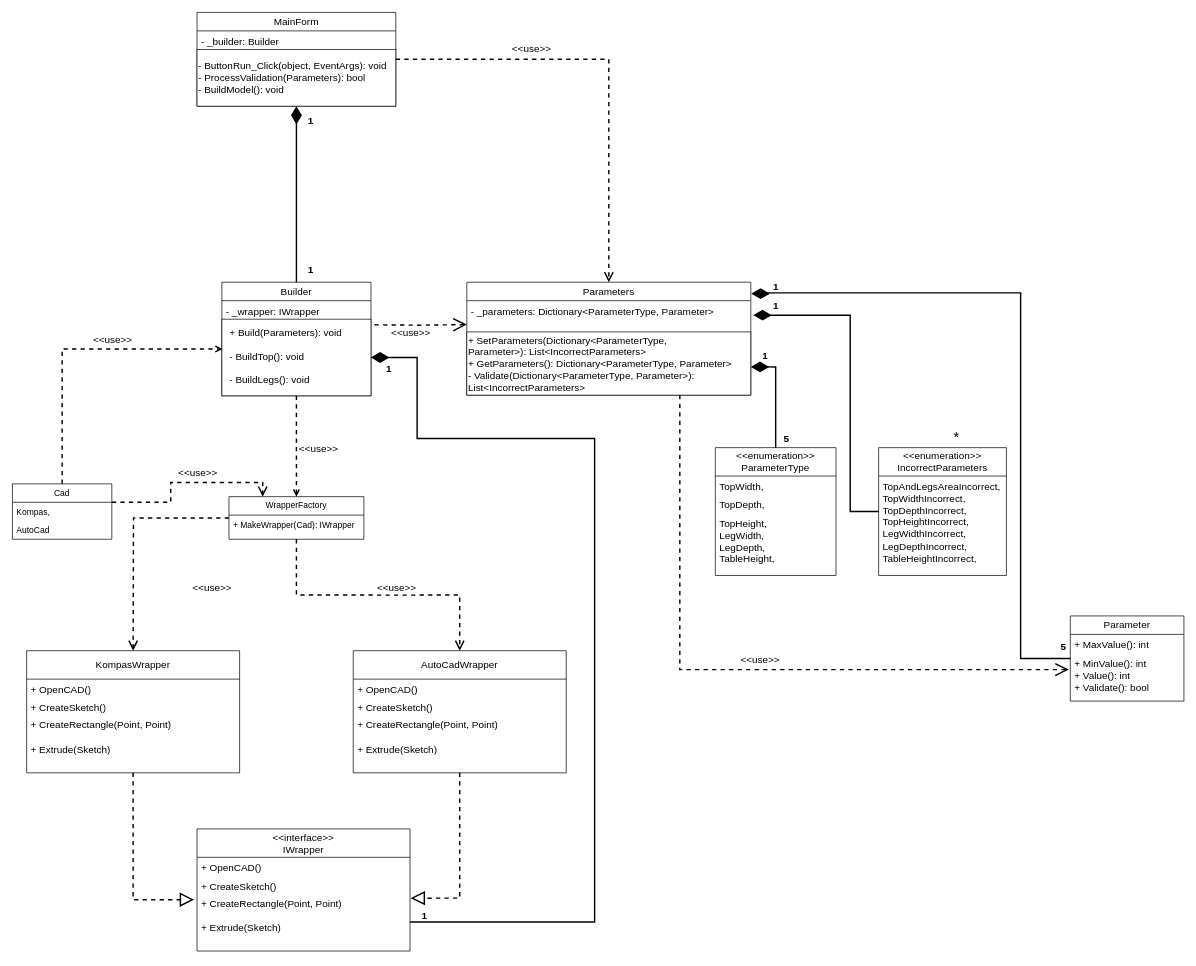
isaacparson/kompas_table_plugin keeps this draw.io diagram as docs/ПС_ДК.drawio. Above is the earlier version. Source tidied: cells renumbered, new cells numbered last; positions are measured from the earlier drawing's top-left corner, leaving out a move shared by most shapes. Both pictures are drawn from the tidied source at 71%, with x=0, y=0 at pixel (12, 12).
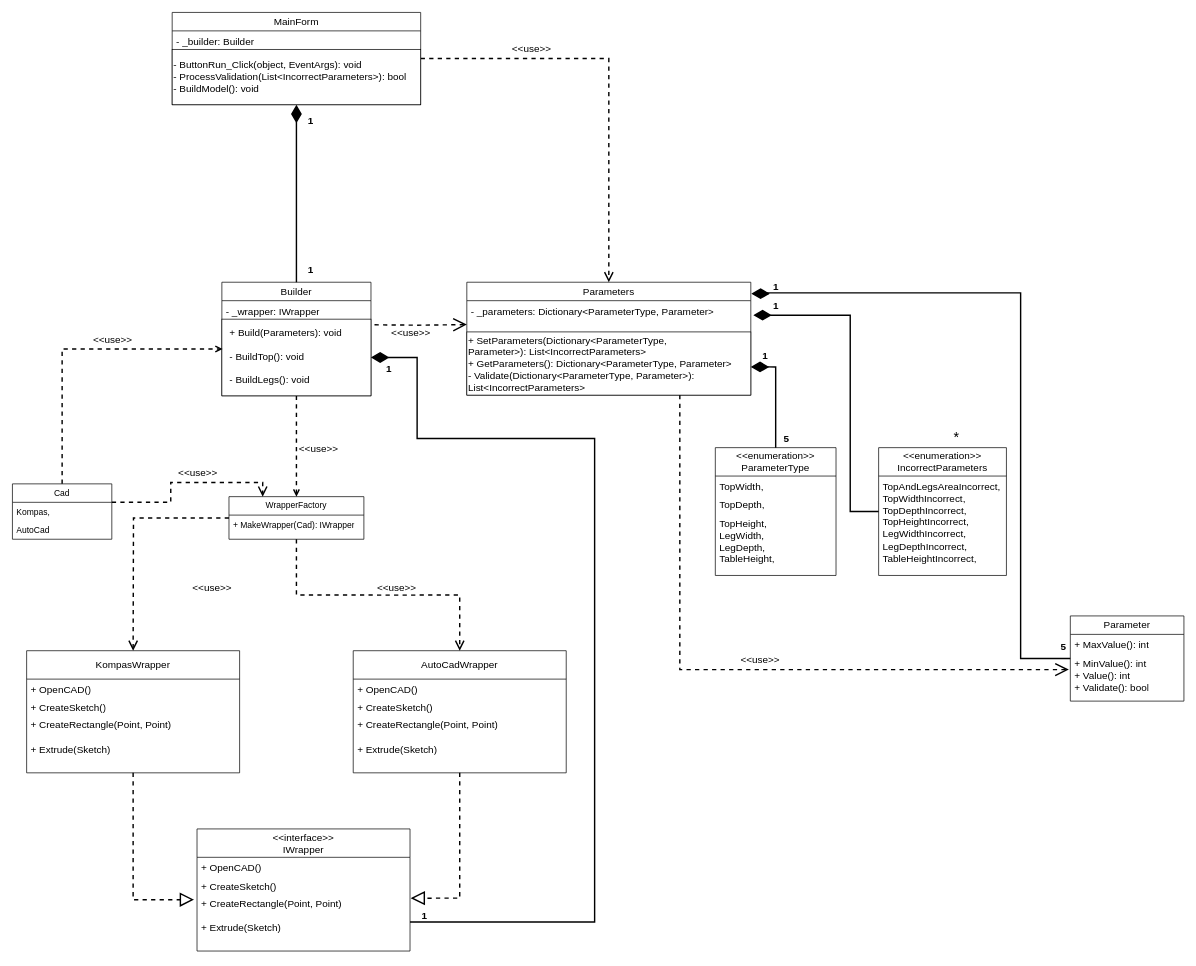
After the change.

Diff of the diagram source:
```diff
@@
     <mxCell id="31" value="MainForm" style="swimlane;fontStyle=0;horizontal=1;startSize=26;fillColor=none;whiteSpace=wrap;html=1;fontSize=14;" parent="1" vertex="1">
-      <mxGeometry x="260" width="280" height="132" as="geometry" />
+      <mxGeometry x="225" width="350" height="130" as="geometry" />
     </mxCell>
     <mxCell id="32" value="- _builder: Builder" style="text;strokeColor=none;fillColor=none;align=left;verticalAlign=top;spacingLeft=4;spacingRight=4;overflow=hidden;whiteSpace=wrap;html=1;fontSize=14;" parent="31" vertex="1">
-      <mxGeometry y="26" width="280" height="26" as="geometry" />
+      <mxGeometry y="26" width="350" height="26" as="geometry" />
     </mxCell>
-    <mxCell id="33" value="- ButtonRun_Click(object, EventArgs): void&lt;br&gt;- ProcessValidation(Parameters): bool&lt;div&gt;- BuildModel(): void&lt;/div&gt;" style="html=1;whiteSpace=wrap;align=left;fontSize=14;" parent="31" vertex="1">
-      <mxGeometry y="52" width="280" height="80" as="geometry" />
+    <mxCell id="33" value="- ButtonRun_Click(object, EventArgs): void&lt;br&gt;- ProcessValidation(List&amp;lt;IncorrectParameters&amp;gt;): bool&lt;div&gt;- BuildModel(): void&lt;/div&gt;" style="html=1;whiteSpace=wrap;align=left;fontSize=14;" parent="31" vertex="1">
+      <mxGeometry y="52" width="350" height="78" as="geometry" />
     </mxCell>
```
